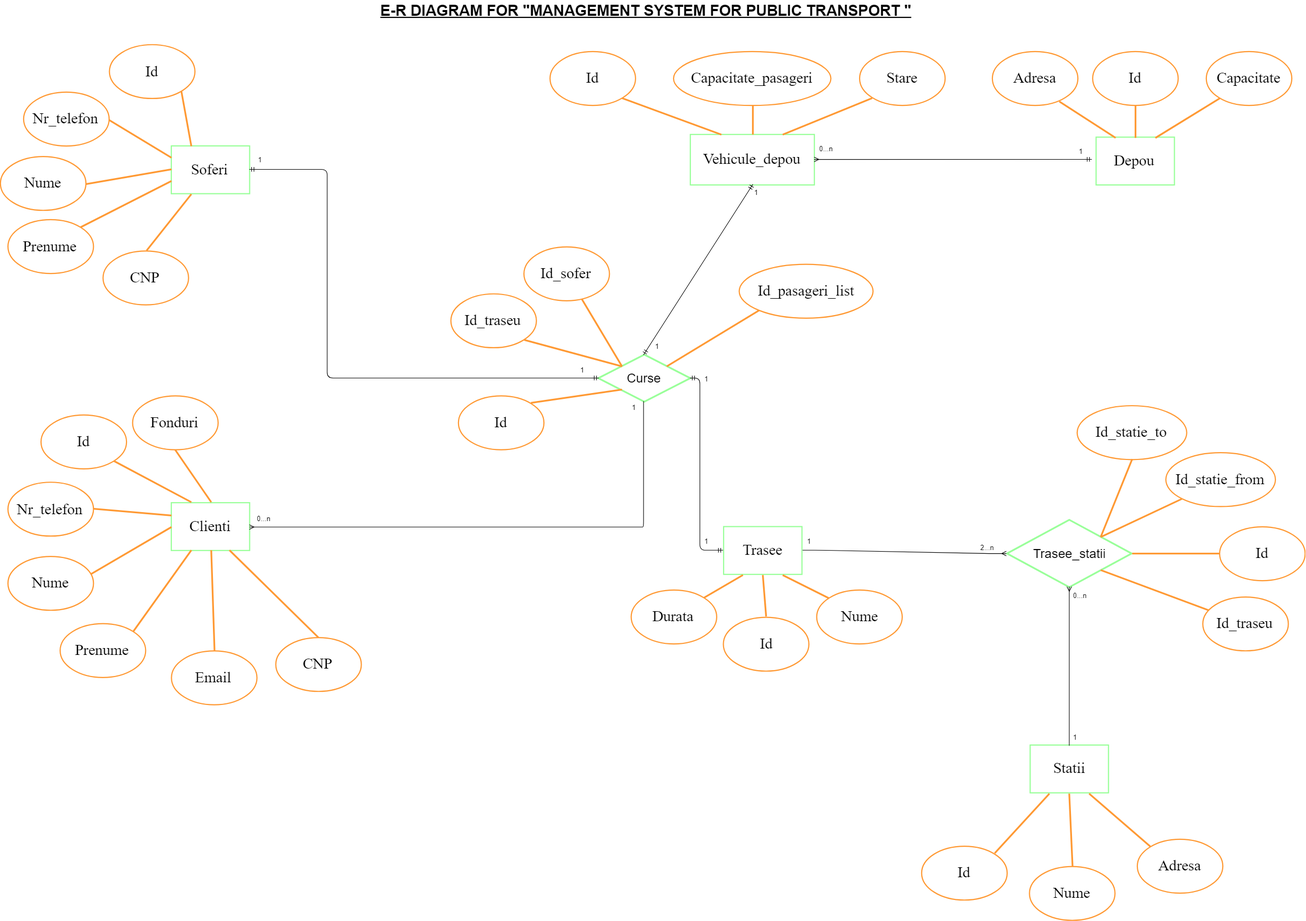
Earlier version of the draw.io export E-R diagram.png (andreicalinciuc/SGBD). Source tidied: cells renumbered, new cells last; positions are measured from the earlier drawing's top-left corner, leaving out a move shared by most shapes.
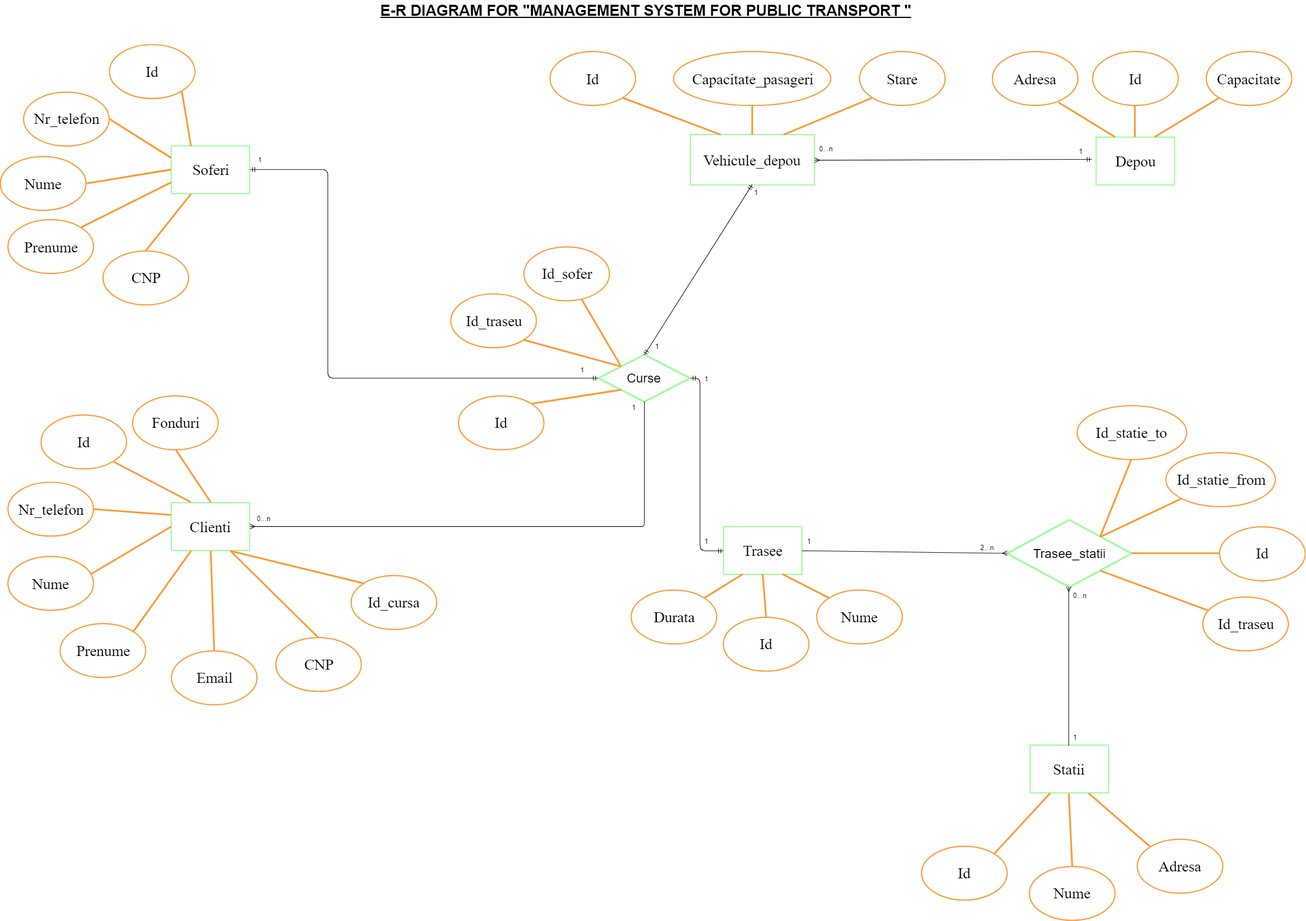
Above is the later version.

Commit message:
Working copy

Diff of the diagram source:
```diff
@@ -196,9 +196,6 @@
     <mxCell id="65" style="endArrow=none;html=1;strokeColor=#FF9933;strokeWidth=3;fontFamily=Times New Roman;fontSize=26;entryX=0;entryY=0;entryDx=0;entryDy=0;" parent="1" edge="1" source="68" target="62">
       <mxGeometry relative="1" as="geometry" />
     </mxCell>
-    <mxCell id="66" style="endArrow=none;html=1;strokeColor=#FF9933;strokeWidth=3;fontFamily=Times New Roman;fontSize=26;entryX=1;entryY=0;entryDx=0;entryDy=0;exitX=0;exitY=1;exitDx=0;exitDy=0;" parent="1" edge="1" source="70" target="62">
-      <mxGeometry relative="1" as="geometry" />
-    </mxCell>
     <mxCell id="67" value="Id" style="ellipse;whiteSpace=wrap;html=1;rounded=0;shadow=0;glass=0;comic=0;strokeWidth=2;fontFamily=Times New Roman;fontSize=26;strokeColor=#FF9933;" parent="1" vertex="1">
       <mxGeometry x="789.5" y="682.2" width="147.5" height="92.9" as="geometry" />
     </mxCell>
@@ -208,9 +205,6 @@
     <mxCell id="69" value="Id_traseu" style="ellipse;whiteSpace=wrap;html=1;rounded=0;shadow=0;glass=0;comic=0;strokeWidth=2;fontFamily=Times New Roman;fontSize=26;strokeColor=#FF9933;" parent="1" vertex="1">
       <mxGeometry x="776" y="506.8" width="147.5" height="92.9" as="geometry" />
     </mxCell>
-    <mxCell id="70" value="Id_pasageri_list" style="ellipse;whiteSpace=wrap;html=1;rounded=0;shadow=0;glass=0;comic=0;strokeWidth=2;fontFamily=Times New Roman;fontSize=26;strokeColor=#FF9933;" parent="1" vertex="1">
-      <mxGeometry x="1273.7" y="455.7" width="230.9" height="92.9" as="geometry" />
-    </mxCell>
     <mxCell id="71" style="fontSize=12;html=1;endArrow=ERmandOne;startArrow=ERmandOne;entryX=0.5;entryY=1;entryDx=0;entryDy=0;exitX=0.5;exitY=0;exitDx=0;exitDy=0;" parent="1" edge="1" source="62" target="5">
       <mxGeometry relative="1" as="geometry" />
     </mxCell>
@@ -303,5 +297,11 @@
     <mxCell id="95" style="endArrow=none;html=1;strokeColor=#FF9933;strokeWidth=3;fontFamily=Times New Roman;fontSize=26;entryX=1;entryY=0;entryDx=0;entryDy=0;exitX=0.5;exitY=1;exitDx=0;exitDy=0;" parent="1" edge="1" source="94" target="60">
       <mxGeometry relative="1" as="geometry" />
     </mxCell>
+    <mxCell id="96" style="endArrow=none;html=1;fontFamily=Times New Roman;fontSize=26;entryX=0.75;entryY=1;entryDx=0;entryDy=0;strokeColor=#FF9933;strokeWidth=3;exitX=0;exitY=0;exitDx=0;exitDy=0;" parent="1" edge="1" source="97" target="4">
+      <mxGeometry relative="1" as="geometry" />
+    </mxCell>
+    <mxCell id="97" value="Id_cursa" style="ellipse;whiteSpace=wrap;html=1;rounded=0;shadow=0;glass=0;comic=0;strokeWidth=2;fontFamily=Times New Roman;fontSize=26;strokeColor=#FF9933;" parent="1" vertex="1">
+      <mxGeometry x="604.2" y="992.2" width="147.5" height="92.9" as="geometry" />
+    </mxCell>
   </root>
 </mxGraphModel>
```
